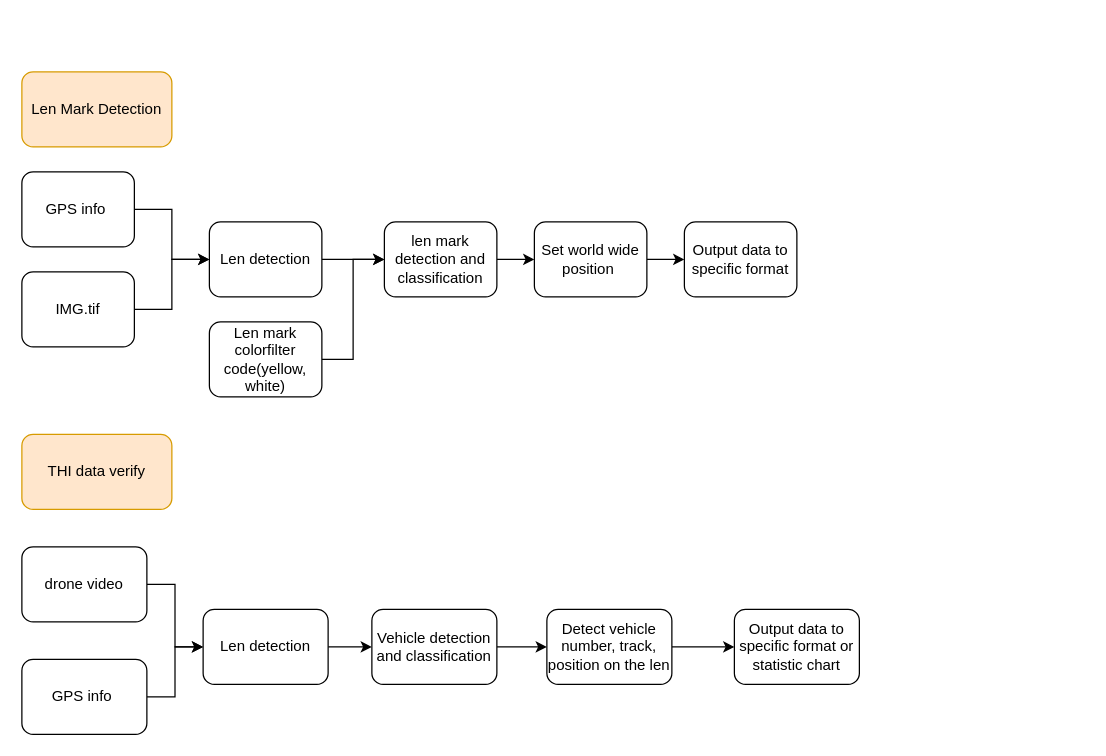
YueChuCheng/Wayside_draw keeps this draw.io diagram as THI_len_mark_detection_and_current_pipline_verify.drawio. Above is the earlier version. Source tidied: cells renumbered, new cells numbered last; positions are measured from the earlier drawing's top-left corner, leaving out a move shared by most shapes. Both pictures are drawn from the tidied source at 125%, with x=0, y=0 at pixel (21, 71).
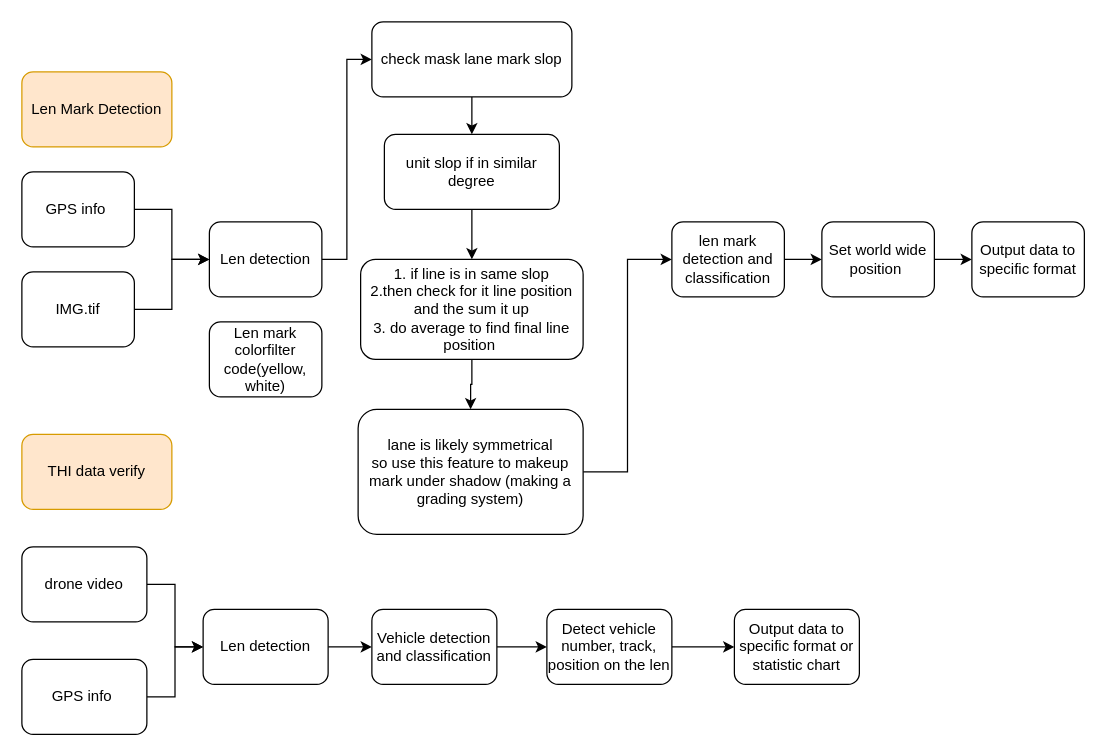
After the change.

Unchanged cells that the change refers to:
```xml
<mxCell id="11" value="Len detection" style="rounded=1;whiteSpace=wrap;html=1;" parent="1" vertex="1">
  <mxGeometry x="150" y="120" width="90" height="60" as="geometry" />
</mxCell>
<mxCell id="15" value="Len mark colorfilter code(yellow, white)" style="rounded=1;whiteSpace=wrap;html=1;" parent="1" vertex="1">
  <mxGeometry x="150" y="200" width="90" height="60" as="geometry" />
</mxCell>
```

Diff of the diagram source:
```diff
@@
-    <mxCell id="10" style="edgeStyle=orthogonalEdgeStyle;rounded=0;jettySize=auto;html=1;" parent="1" edge="1" source="11" target="13">
-      <mxGeometry relative="1" as="geometry" />
-    </mxCell>
+    <mxCell id="28" style="edgeStyle=orthogonalEdgeStyle;rounded=0;jettySize=auto;html=1;entryX=0;entryY=0.5;entryDx=0;entryDy=0;" parent="1" edge="1" source="11" target="34">
+      <mxGeometry relative="1" as="geometry" />
+    </mxCell>
@@
     <mxCell id="13" value="len mark detection and classification" style="rounded=1;whiteSpace=wrap;html=1;" parent="1" vertex="1">
-      <mxGeometry x="290" y="120" width="90" height="60" as="geometry" />
+      <mxGeometry x="520" y="120" width="90" height="60" as="geometry" />
     </mxCell>
-    <mxCell id="14" style="edgeStyle=orthogonalEdgeStyle;rounded=0;jettySize=auto;html=1;entryX=0;entryY=0.5;entryDx=0;entryDy=0;" parent="1" edge="1" source="15" target="13">
-      <mxGeometry relative="1" as="geometry" />
-    </mxCell>
@@
     <mxCell id="17" value="Set world wide position&amp;nbsp;" style="rounded=1;whiteSpace=wrap;html=1;" parent="1" vertex="1">
-      <mxGeometry x="410" y="120" width="90" height="60" as="geometry" />
+      <mxGeometry x="640" y="120" width="90" height="60" as="geometry" />
     </mxCell>
     <mxCell id="18" value="Output data to specific format" style="rounded=1;whiteSpace=wrap;html=1;" parent="1" vertex="1">
-      <mxGeometry x="530" y="120" width="90" height="60" as="geometry" />
+      <mxGeometry x="760" y="120" width="90" height="60" as="geometry" />
     </mxCell>
@@
+    <mxCell id="29" style="edgeStyle=orthogonalEdgeStyle;rounded=0;jettySize=auto;html=1;" parent="1" edge="1" source="30" target="36">
+      <mxGeometry relative="1" as="geometry" />
+    </mxCell>
+    <mxCell id="30" value="unit slop if in similar degree" style="rounded=1;whiteSpace=wrap;html=1;" parent="1" vertex="1">
+      <mxGeometry x="290" y="50" width="140" height="60" as="geometry" />
+    </mxCell>
+    <mxCell id="31" style="edgeStyle=orthogonalEdgeStyle;rounded=0;jettySize=auto;html=1;entryX=0;entryY=0.5;entryDx=0;entryDy=0;" parent="1" edge="1" source="32" target="13">
+      <mxGeometry relative="1" as="geometry" />
+    </mxCell>
+    <mxCell id="32" value="lane is likely symmetrical&lt;br&gt;so use this feature to makeup mark under shadow (making a grading system)" style="rounded=1;whiteSpace=wrap;html=1;" parent="1" vertex="1">
+      <mxGeometry x="269" y="270" width="180" height="100" as="geometry" />
+    </mxCell>
+    <mxCell id="33" style="edgeStyle=orthogonalEdgeStyle;rounded=0;jettySize=auto;html=1;" parent="1" edge="1" source="34" target="30">
+      <mxGeometry relative="1" as="geometry" />
+    </mxCell>
+    <mxCell id="34" value="check mask lane mark slop" style="rounded=1;whiteSpace=wrap;html=1;" parent="1" vertex="1">
+      <mxGeometry x="280" y="-40" width="160" height="60" as="geometry" />
+    </mxCell>
+    <mxCell id="35" style="edgeStyle=orthogonalEdgeStyle;rounded=0;jettySize=auto;html=1;" parent="1" edge="1" source="36" target="32">
+      <mxGeometry relative="1" as="geometry" />
+    </mxCell>
+    <mxCell id="36" value="1. if line is in same slop &lt;br&gt;2.then check for it line position and the sum it up&lt;br&gt;3. do average to find final line position&amp;nbsp;" style="rounded=1;whiteSpace=wrap;html=1;" parent="1" vertex="1">
+      <mxGeometry x="271" y="150" width="178" height="80" as="geometry" />
+    </mxCell>
```
